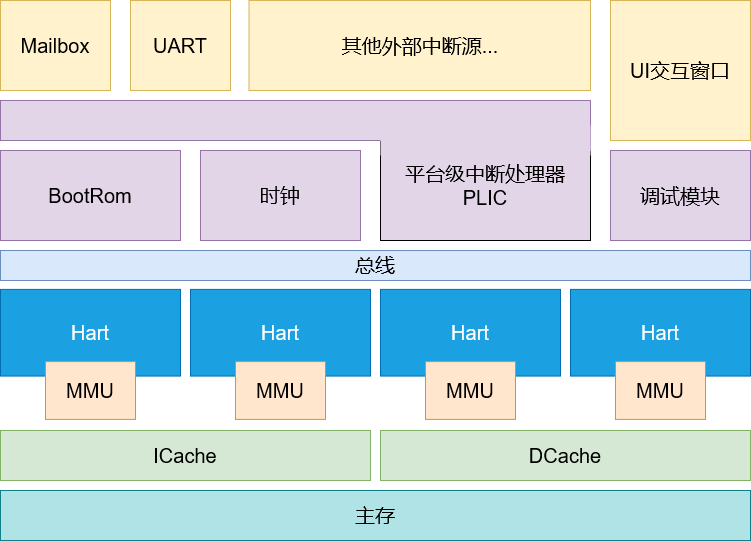
Above: pic/spike.drawio.png in toughpig/paper (draw.io), before the change. Source tidied: cells renumbered, new cells last; positions are measured from the earlier drawing's top-left corner, leaving out a move shared by most shapes.
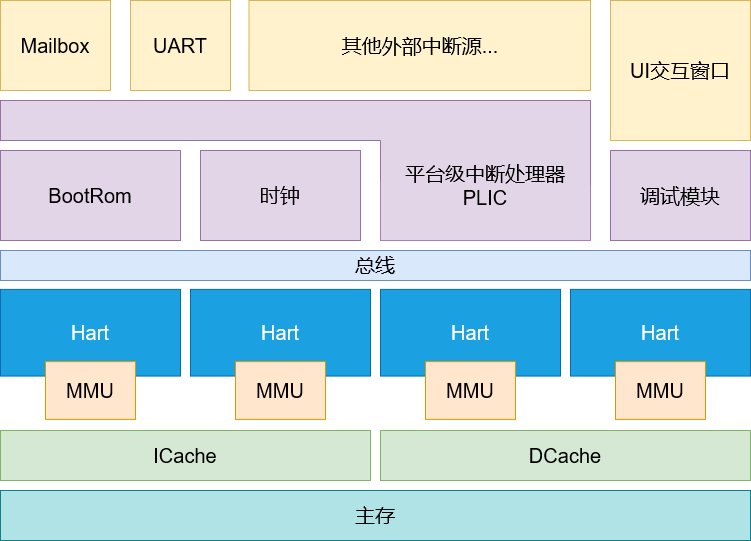
The same diagram one commit later.

What changed in the source:
```diff
@@ -26,7 +26,7 @@
     <mxCell id="9" value="DCache" style="rounded=0;whiteSpace=wrap;html=1;fillColor=#d5e8d4;strokeColor=#82b366;fontSize=20;" parent="1" vertex="1">
       <mxGeometry x="380" y="430" width="370" height="50" as="geometry" />
     </mxCell>
-    <mxCell id="10" value="&lt;div&gt;平台级中断处理器&lt;/div&gt;&lt;div&gt;PLIC&lt;br&gt;&lt;/div&gt;" style="rounded=0;whiteSpace=wrap;html=1;fillColor=#e1d5e7;strokeColor=default;fontSize=20;" parent="1" vertex="1">
+    <mxCell id="10" value="&lt;div&gt;平台级中断处理器&lt;/div&gt;&lt;div&gt;PLIC&lt;br&gt;&lt;/div&gt;" style="rounded=0;whiteSpace=wrap;html=1;fillColor=#e1d5e7;strokeColor=#A680B8;fontSize=20;" parent="1" vertex="1">
       <mxGeometry x="380" y="130" width="210" height="110" as="geometry" />
     </mxCell>
     <mxCell id="11" value="时钟" style="rounded=0;whiteSpace=wrap;html=1;fillColor=#e1d5e7;strokeColor=#9673a6;fontSize=20;" parent="1" vertex="1">
@@ -83,5 +83,19 @@
     <mxCell id="28" style="rounded=0;whiteSpace=wrap;html=1;fillColor=#e1d5e7;strokeColor=none;" parent="1" vertex="1">
       <mxGeometry x="380" y="125" width="210" height="30" as="geometry" />
     </mxCell>
+    <mxCell id="29" style="endArrow=none;html=1;rounded=0;exitX=1;exitY=0.5;exitDx=0;exitDy=0;fillColor=#e1d5e7;strokeColor=#9673a6;" parent="1" edge="1" source="10">
+      <mxGeometry relative="1" as="geometry">
+        <mxPoint x="590" y="115" as="targetPoint" />
+      </mxGeometry>
+    </mxCell>
+    <mxCell id="30" style="endArrow=none;html=1;rounded=0;fillColor=#e1d5e7;strokeColor=#9673a6;" parent="1" edge="1">
+      <mxGeometry relative="1" as="geometry">
+        <mxPoint x="380" y="180" as="sourcePoint" />
+        <mxPoint x="380" y="140" as="targetPoint" />
+        <Array as="points">
+          <mxPoint x="380" y="160" />
+        </Array>
+      </mxGeometry>
+    </mxCell>
   </root>
 </mxGraphModel>
```
